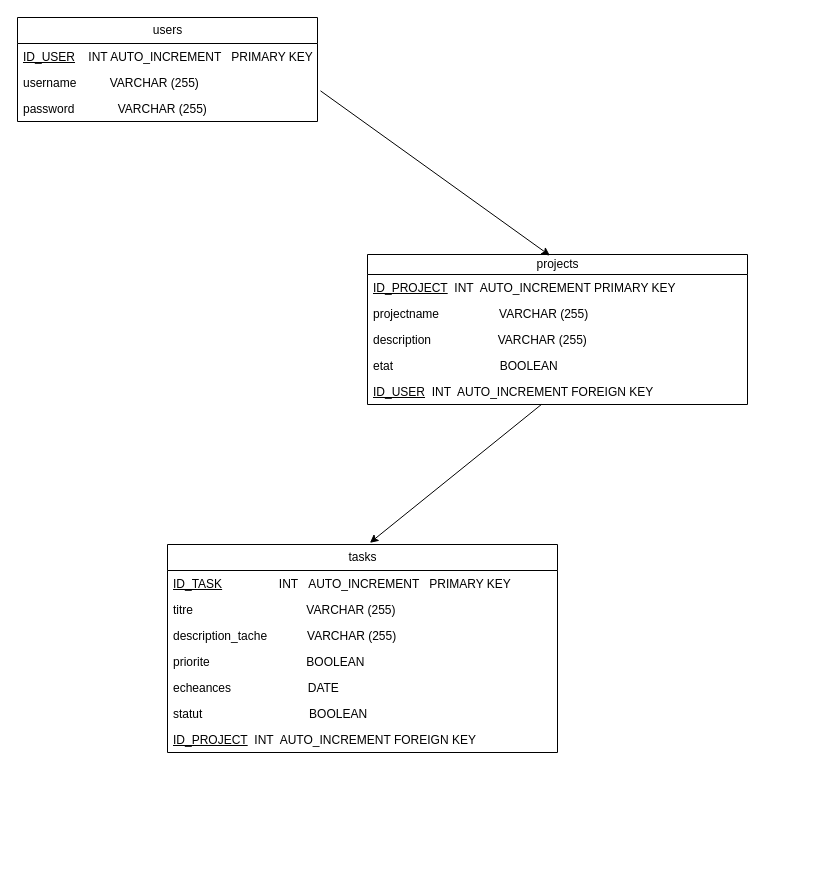
Above: mld.drawio in LaliaG/projetsTachesECF1 (draw.io), before the change. Source tidied: cells renumbered, new cells numbered last; positions are measured from the earlier drawing's top-left corner, leaving out a move shared by most shapes. Both pictures are drawn from the tidied source at 100%, with x=0, y=0 at pixel (17, 17).
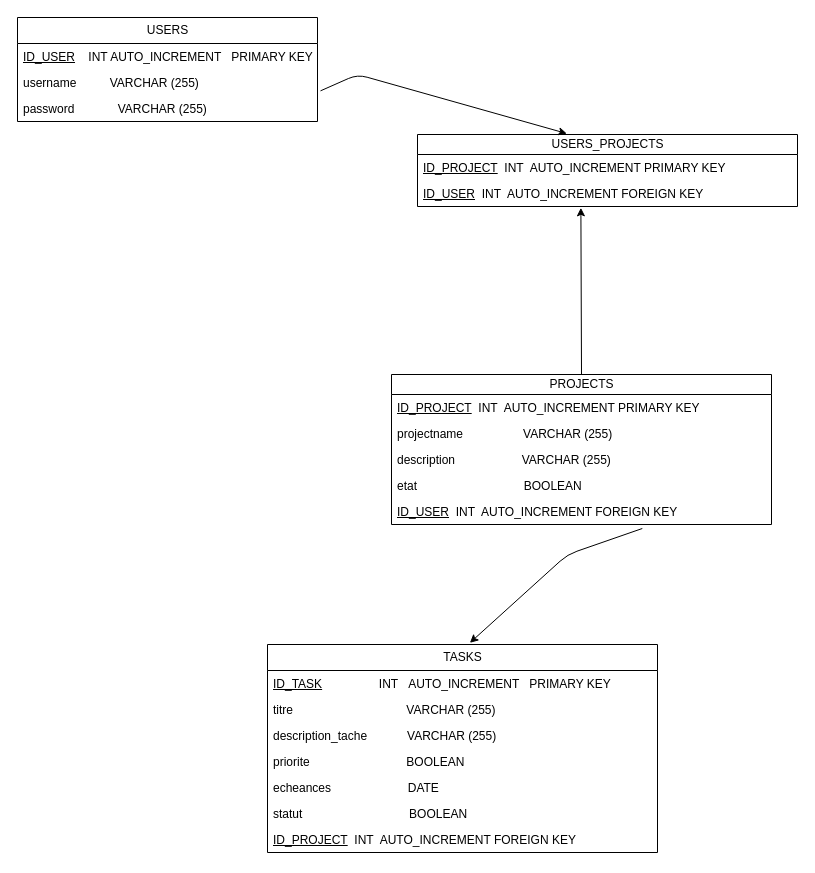
The same diagram, later.

The change refers to these unchanged cells:
```xml
<mxCell id="13" value="password&amp;nbsp; &amp;nbsp; &amp;nbsp; &amp;nbsp; &amp;nbsp; &amp;nbsp; &amp;nbsp;VARCHAR (255)" style="text;strokeColor=none;fillColor=none;align=left;verticalAlign=top;spacingLeft=4;spacingRight=4;overflow=hidden;points=[[0,0.5],[1,0.5]];portConstraint=eastwest;whiteSpace=wrap;html=1;" parent="10" vertex="1">
  <mxGeometry y="78" width="300" height="26" as="geometry" />
</mxCell>
<mxCell id="19" value="&lt;u&gt;ID_USER&lt;/u&gt;&amp;nbsp; INT&amp;nbsp; AUTO_INCREMENT FOREIGN KEY" style="text;strokeColor=none;fillColor=none;align=left;verticalAlign=top;spacingLeft=4;spacingRight=4;overflow=hidden;points=[[0,0.5],[1,0.5]];portConstraint=eastwest;whiteSpace=wrap;html=1;" parent="14" vertex="1">
  <mxGeometry y="124" width="380" height="26" as="geometry" />
</mxCell>
```

What changed in the source:
```diff
@@
-    <mxCell id="2" value="tasks" style="swimlane;fontStyle=0;horizontal=1;startSize=26;fillColor=none;html=1;" parent="1" vertex="1">
-      <mxGeometry x="150" y="527" width="390" height="208" as="geometry" />
+    <mxCell id="2" value="TASKS" style="swimlane;fontStyle=0;horizontal=1;startSize=26;fillColor=none;html=1;" parent="1" vertex="1">
+      <mxGeometry x="250" y="627" width="390" height="208" as="geometry" />
     </mxCell>
@@
-    <mxCell id="10" value="users" style="swimlane;fontStyle=0;horizontal=1;startSize=26;fillColor=none;html=1;" parent="1" vertex="1">
+    <mxCell id="10" value="USERS" style="swimlane;fontStyle=0;horizontal=1;startSize=26;fillColor=none;html=1;" parent="1" vertex="1">
       <mxGeometry width="300" height="104" as="geometry" />
     </mxCell>
@@
+    <mxCell id="22" style="edgeStyle=none;html=1;exitX=0.5;exitY=0;exitDx=0;exitDy=0;entryX=0.43;entryY=1.051;entryDx=0;entryDy=0;entryPerimeter=0;" parent="1" edge="1" source="14" target="25">
+      <mxGeometry relative="1" as="geometry" />
+    </mxCell>
-    <mxCell id="14" value="projects" style="swimlane;fontStyle=0;horizontal=1;startSize=20;fillColor=none;html=1;" parent="1" vertex="1">
-      <mxGeometry x="350" y="237" width="380" height="150" as="geometry" />
+    <mxCell id="14" value="PROJECTS" style="swimlane;fontStyle=0;horizontal=1;startSize=20;fillColor=none;html=1;" parent="1" vertex="1">
+      <mxGeometry x="374" y="357" width="380" height="150" as="geometry" />
     </mxCell>
@@
-    <mxCell id="20" style="endArrow=classic;html=1;exitX=1.01;exitY=-0.179;exitDx=0;exitDy=0;exitPerimeter=0;entryX=0.48;entryY=0.007;entryDx=0;entryDy=0;entryPerimeter=0;" parent="1" edge="1" source="13" target="14">
-      <mxGeometry relative="1" as="geometry" />
+    <mxCell id="20" style="endArrow=classic;html=1;exitX=1.01;exitY=-0.179;exitDx=0;exitDy=0;exitPerimeter=0;entryX=0.393;entryY=-0.013;entryDx=0;entryDy=0;entryPerimeter=0;" parent="1" edge="1" source="13" target="23">
+      <mxGeometry relative="1" as="geometry">
+        <Array as="points">
+          <mxPoint x="340" y="57" />
+        </Array>
+      </mxGeometry>
     </mxCell>
-    <mxCell id="21" style="endArrow=classic;html=1;entryX=0.519;entryY=-0.008;entryDx=0;entryDy=0;entryPerimeter=0;" parent="1" edge="1" source="19" target="2">
-      <mxGeometry relative="1" as="geometry" />
+    <mxCell id="21" style="endArrow=classic;html=1;entryX=0.519;entryY=-0.008;entryDx=0;entryDy=0;entryPerimeter=0;exitX=0.66;exitY=1.154;exitDx=0;exitDy=0;exitPerimeter=0;" parent="1" edge="1" source="19" target="2">
+      <mxGeometry relative="1" as="geometry">
+        <Array as="points">
+          <mxPoint x="550" y="537" />
+        </Array>
+      </mxGeometry>
     </mxCell>
+    <mxCell id="23" value="USERS_PROJECTS" style="swimlane;fontStyle=0;horizontal=1;startSize=20;fillColor=none;html=1;" parent="1" vertex="1">
+      <mxGeometry x="400" y="117" width="380" height="72" as="geometry" />
+    </mxCell>
+    <mxCell id="24" value="&lt;u&gt;ID_PROJECT&lt;/u&gt;&amp;nbsp; INT&amp;nbsp; AUTO_INCREMENT PRIMARY KEY" style="text;strokeColor=none;fillColor=none;align=left;verticalAlign=top;spacingLeft=4;spacingRight=4;overflow=hidden;whiteSpace=wrap;html=1;" parent="23" vertex="1">
+      <mxGeometry y="20" width="380" height="26" as="geometry" />
+    </mxCell>
+    <mxCell id="25" value="&lt;u&gt;ID_USER&lt;/u&gt;&amp;nbsp; INT&amp;nbsp; AUTO_INCREMENT FOREIGN KEY" style="text;strokeColor=none;fillColor=none;align=left;verticalAlign=top;spacingLeft=4;spacingRight=4;overflow=hidden;points=[[0,0.5],[1,0.5]];portConstraint=eastwest;whiteSpace=wrap;html=1;" parent="23" vertex="1">
+      <mxGeometry y="46" width="380" height="26" as="geometry" />
+    </mxCell>
```
